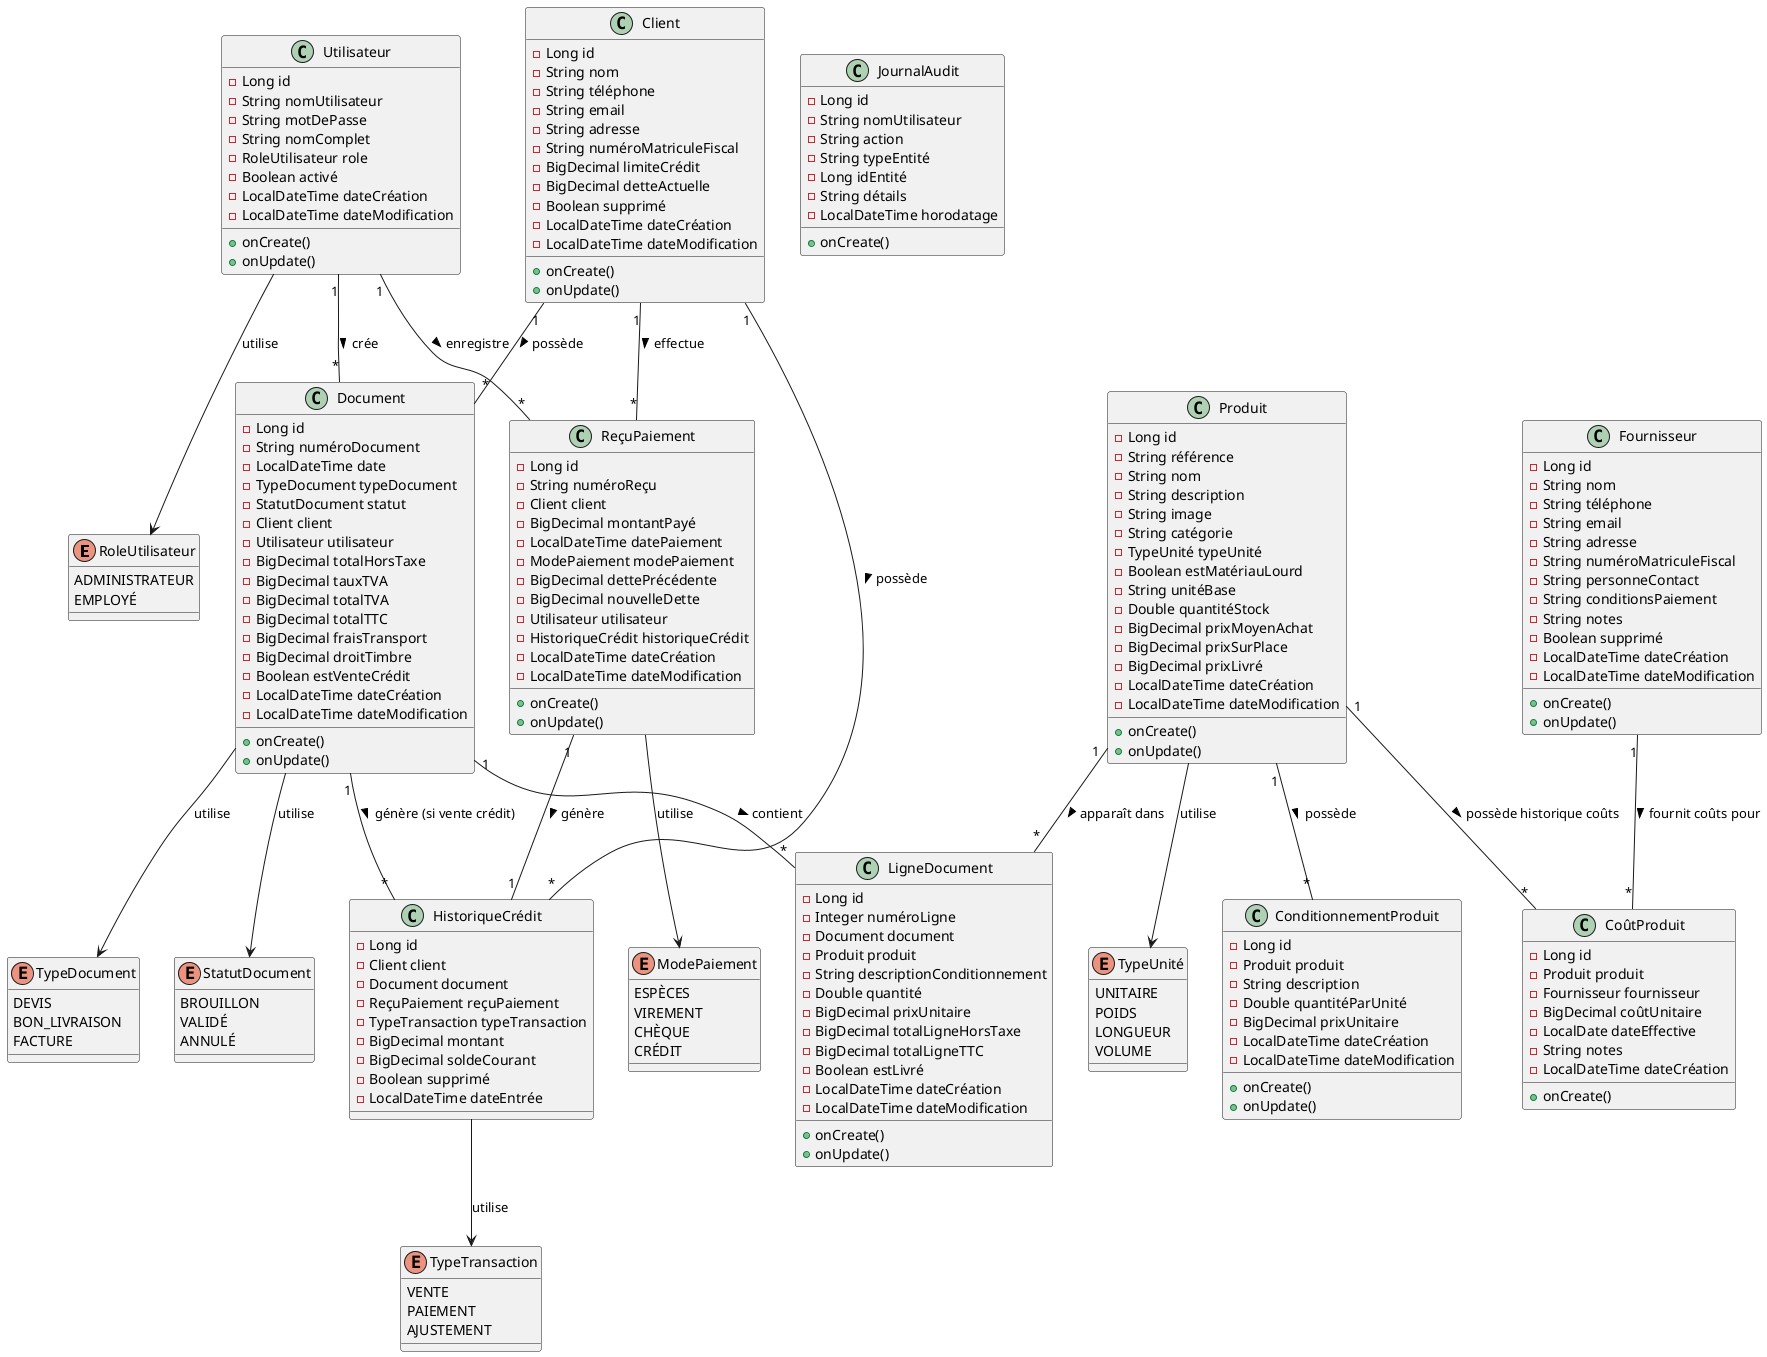
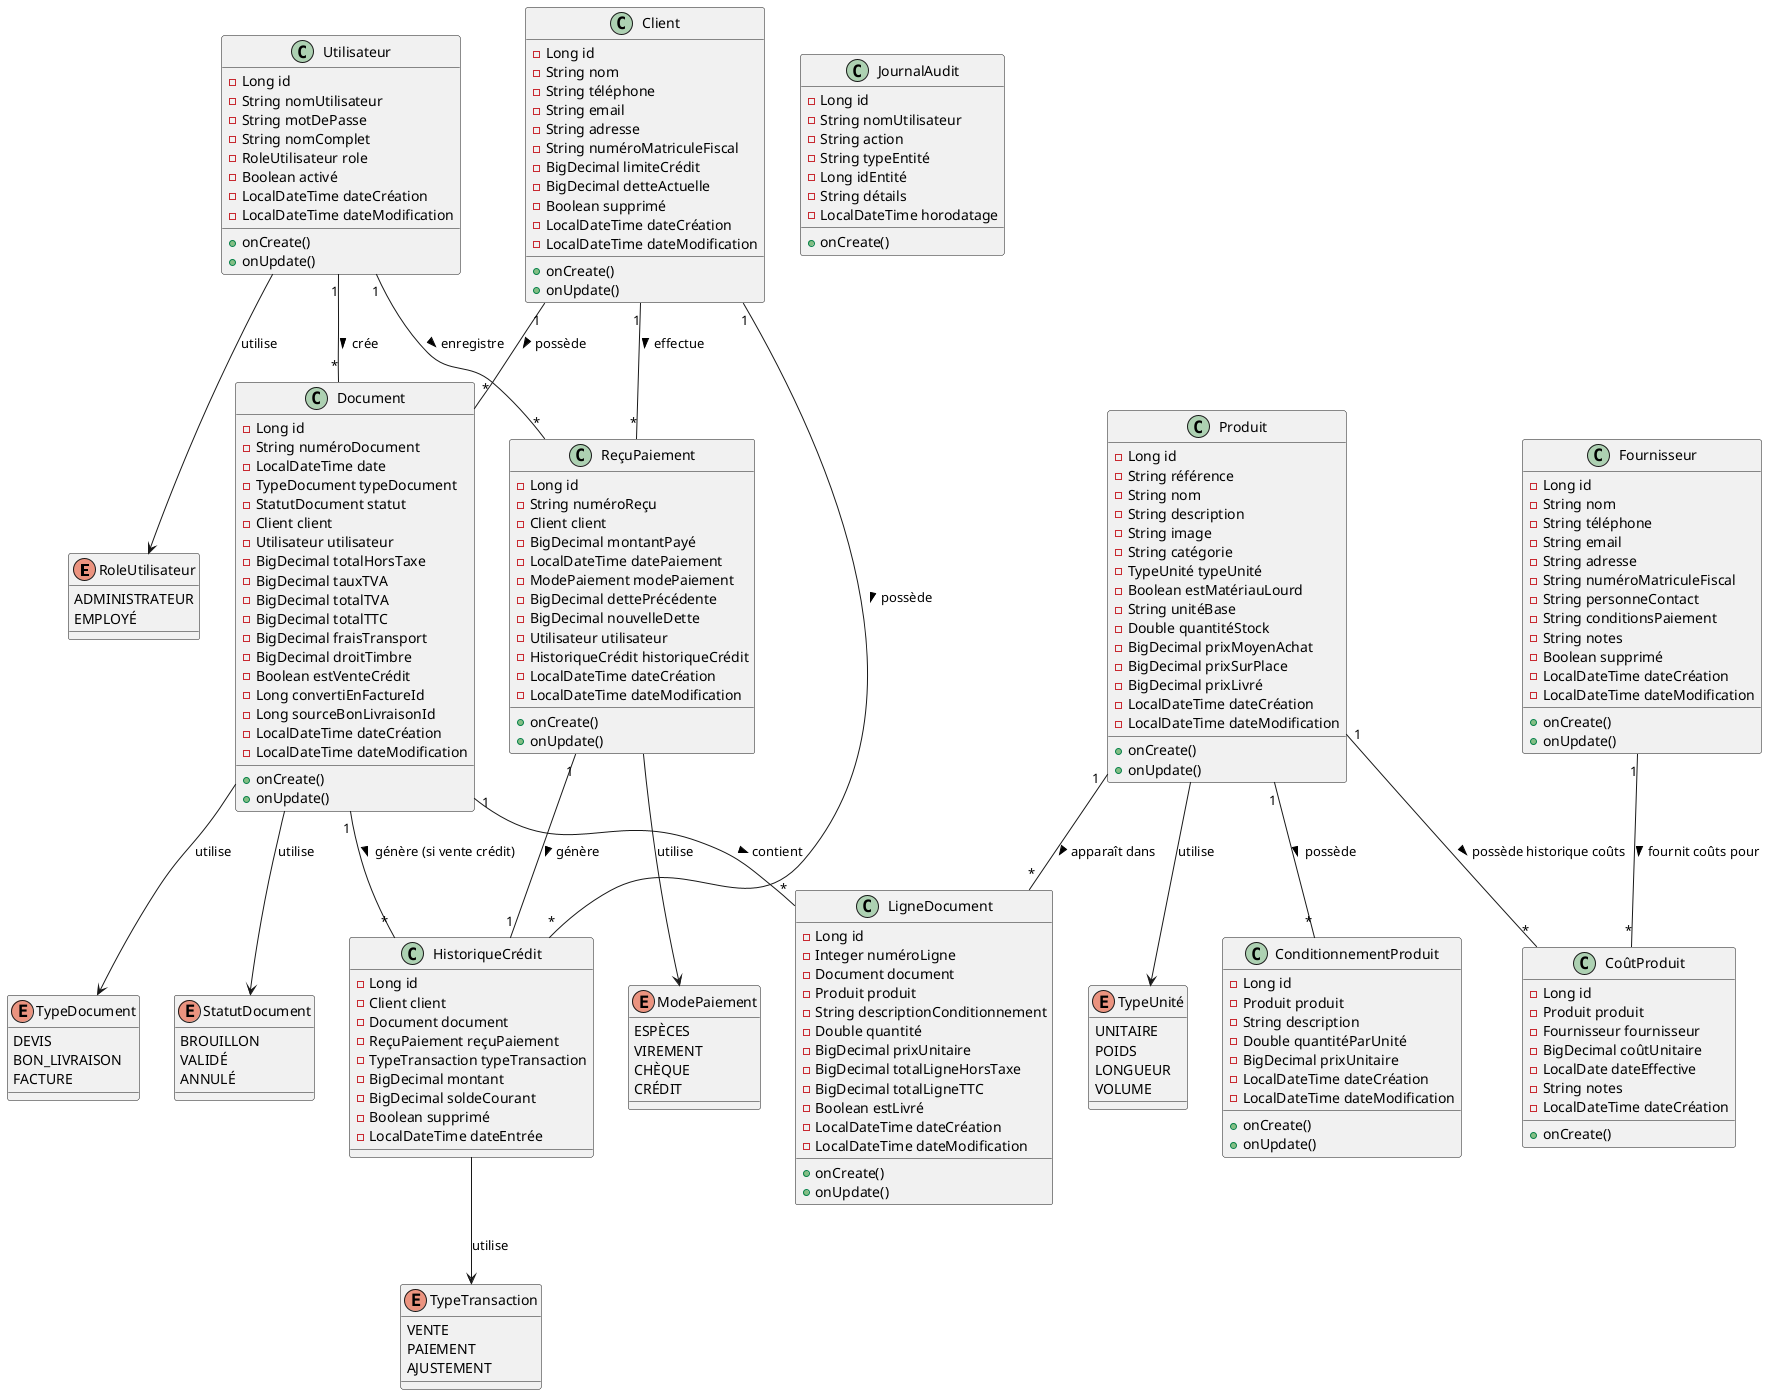
@startuml Diagramme de Classes - Magasin de Matériaux
' INOVEXAHUB - Système de Gestion Commerciale et Point de Vente (POS)
' Sprint 1: Modélisation UML
' Version: 1.0 (MVP)

' ============================================
' ÉNUMÉRATIONS
' ============================================

enum RoleUtilisateur {
  ADMINISTRATEUR
  EMPLOYÉ
}

enum TypeUnité {
  UNITAIRE
  POIDS
  LONGUEUR
  VOLUME
}

enum TypeDocument {
  DEVIS
  BON_LIVRAISON
  FACTURE
}

enum StatutDocument {
  BROUILLON
  VALIDÉ
  ANNULÉ
}

enum ModePaiement {
  ESPÈCES
  VIREMENT
  CHÈQUE
  CRÉDIT
}

enum TypeTransaction {
  VENTE
  PAIEMENT
  AJUSTEMENT
}

' ============================================
' ENTITÉS
' ============================================

class Utilisateur {
  - Long id
  - String nomUtilisateur
  - String motDePasse
  - String nomComplet
  - RoleUtilisateur role
  - Boolean activé
  - LocalDateTime dateCréation
  - LocalDateTime dateModification
  + onCreate()
  + onUpdate()
}

class Client {
  - Long id
  - String nom
  - String téléphone
  - String email
  - String adresse
  - String numéroMatriculeFiscal
  - BigDecimal limiteCrédit
  - BigDecimal detteActuelle
  - Boolean supprimé
  - LocalDateTime dateCréation
  - LocalDateTime dateModification
  + onCreate()
  + onUpdate()
}

class Fournisseur {
  - Long id
  - String nom
  - String téléphone
  - String email
  - String adresse
  - String numéroMatriculeFiscal
  - String personneContact
  - String conditionsPaiement
  - String notes
  - Boolean supprimé
  - LocalDateTime dateCréation
  - LocalDateTime dateModification
  + onCreate()
  + onUpdate()
}

class Produit {
  - Long id
  - String référence
  - String nom
  - String description
  - String image
  - String catégorie
  - TypeUnité typeUnité
  - Boolean estMatériauLourd
  - String unitéBase
  - Double quantitéStock
  - BigDecimal prixMoyenAchat
  - BigDecimal prixSurPlace
  - BigDecimal prixLivré
  - LocalDateTime dateCréation
  - LocalDateTime dateModification
  + onCreate()
  + onUpdate()
}

class ConditionnementProduit {
  - Long id
  - Produit produit
  - String description
  - Double quantitéParUnité
  - BigDecimal prixUnitaire
  - LocalDateTime dateCréation
  - LocalDateTime dateModification
  + onCreate()
  + onUpdate()
}

class CoûtProduit {
  - Long id
  - Produit produit
  - Fournisseur fournisseur
  - BigDecimal coûtUnitaire
  - LocalDate dateEffective
  - String notes
  - LocalDateTime dateCréation
  + onCreate()
}

class Document {
  - Long id
  - String numéroDocument
  - LocalDateTime date
  - TypeDocument typeDocument
  - StatutDocument statut
  - Client client
  - Utilisateur utilisateur
  - BigDecimal totalHorsTaxe
  - BigDecimal tauxTVA
  - BigDecimal totalTVA
  - BigDecimal totalTTC
  - BigDecimal fraisTransport
  - BigDecimal droitTimbre
  - Boolean estVenteCrédit
+   - Long convertiEnFactureId
+   - Long sourceBonLivraisonId
  - LocalDateTime dateCréation
  - LocalDateTime dateModification
  + onCreate()
  + onUpdate()
}

class LigneDocument {
  - Long id
  - Integer numéroLigne
  - Document document
  - Produit produit
  - String descriptionConditionnement
  - Double quantité
  - BigDecimal prixUnitaire
  - BigDecimal totalLigneHorsTaxe
  - BigDecimal totalLigneTTC
  - Boolean estLivré
  - LocalDateTime dateCréation
  - LocalDateTime dateModification
  + onCreate()
  + onUpdate()
}

class ReçuPaiement {
  - Long id
  - String numéroReçu
  - Client client
  - BigDecimal montantPayé
  - LocalDateTime datePaiement
  - ModePaiement modePaiement
  - BigDecimal dettePrécédente
  - BigDecimal nouvelleDette
  - Utilisateur utilisateur
  - HistoriqueCrédit historiqueCrédit
  - LocalDateTime dateCréation
  - LocalDateTime dateModification
  + onCreate()
  + onUpdate()
}

class HistoriqueCrédit {
  - Long id
  - Client client
  - Document document
  - ReçuPaiement reçuPaiement
  - TypeTransaction typeTransaction
  - BigDecimal montant
  - BigDecimal soldeCourant
  - Boolean supprimé
  - LocalDateTime dateEntrée
}

class JournalAudit {
  - Long id
  - String nomUtilisateur
  - String action
  - String typeEntité
  - Long idEntité
  - String détails
  - LocalDateTime horodatage
  + onCreate()
}

' ============================================
' RELATIONS
' ============================================

' Relations des énumérations
Utilisateur --> RoleUtilisateur : utilise
Produit --> TypeUnité : utilise
Document --> TypeDocument : utilise
Document --> StatutDocument : utilise
ReçuPaiement --> ModePaiement : utilise
HistoriqueCrédit --> TypeTransaction : utilise

' Relations des entités
Utilisateur "1" -- "*" Document : crée >
Utilisateur "1" -- "*" ReçuPaiement : enregistre >

Client "1" -- "*" Document : possède >
Client "1" -- "*" ReçuPaiement : effectue >
Client "1" -- "*" HistoriqueCrédit : possède >

Produit "1" -- "*" ConditionnementProduit : possède >
Produit "1" -- "*" CoûtProduit : possède historique coûts >
Produit "1" -- "*" LigneDocument : apparaît dans >

Fournisseur "1" -- "*" CoûtProduit : fournit coûts pour >

Document "1" -- "*" LigneDocument : contient >
Document "1" -- "*" HistoriqueCrédit : génère (si vente crédit) >

ReçuPaiement "1" -- "1" HistoriqueCrédit : génère >

@enduml
